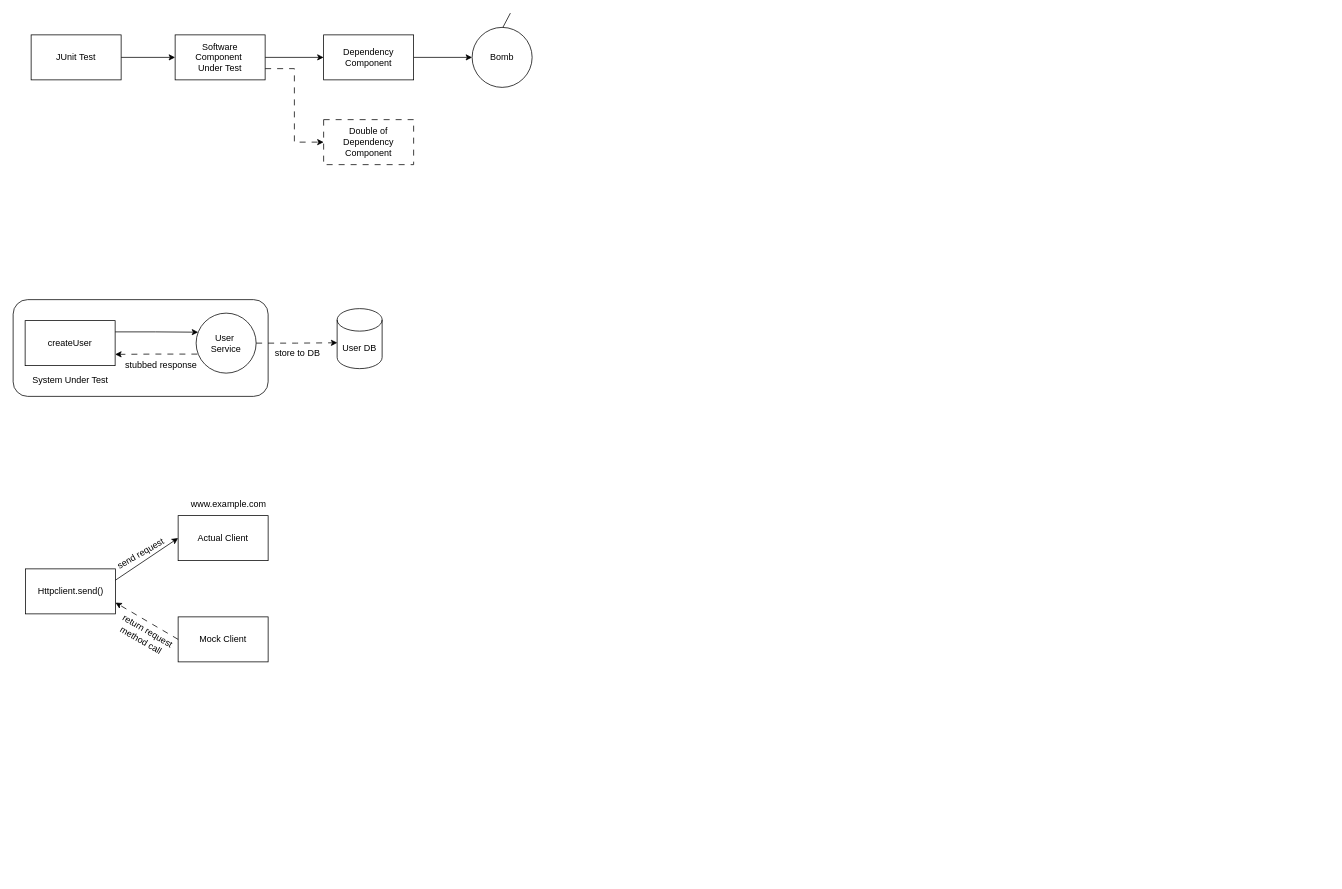
The draw.io diagram Diagrams/JUnit5Mocktito.drawio in PurthaShaariyaar/Software-Quality-, before the edit. Source tidied: cells renumbered, new cells numbered last; positions are measured from the earlier drawing's top-left corner, leaving out a move shared by most shapes. Both pictures are drawn from the tidied source at 75%, with x=0, y=0 at pixel (13, 13).
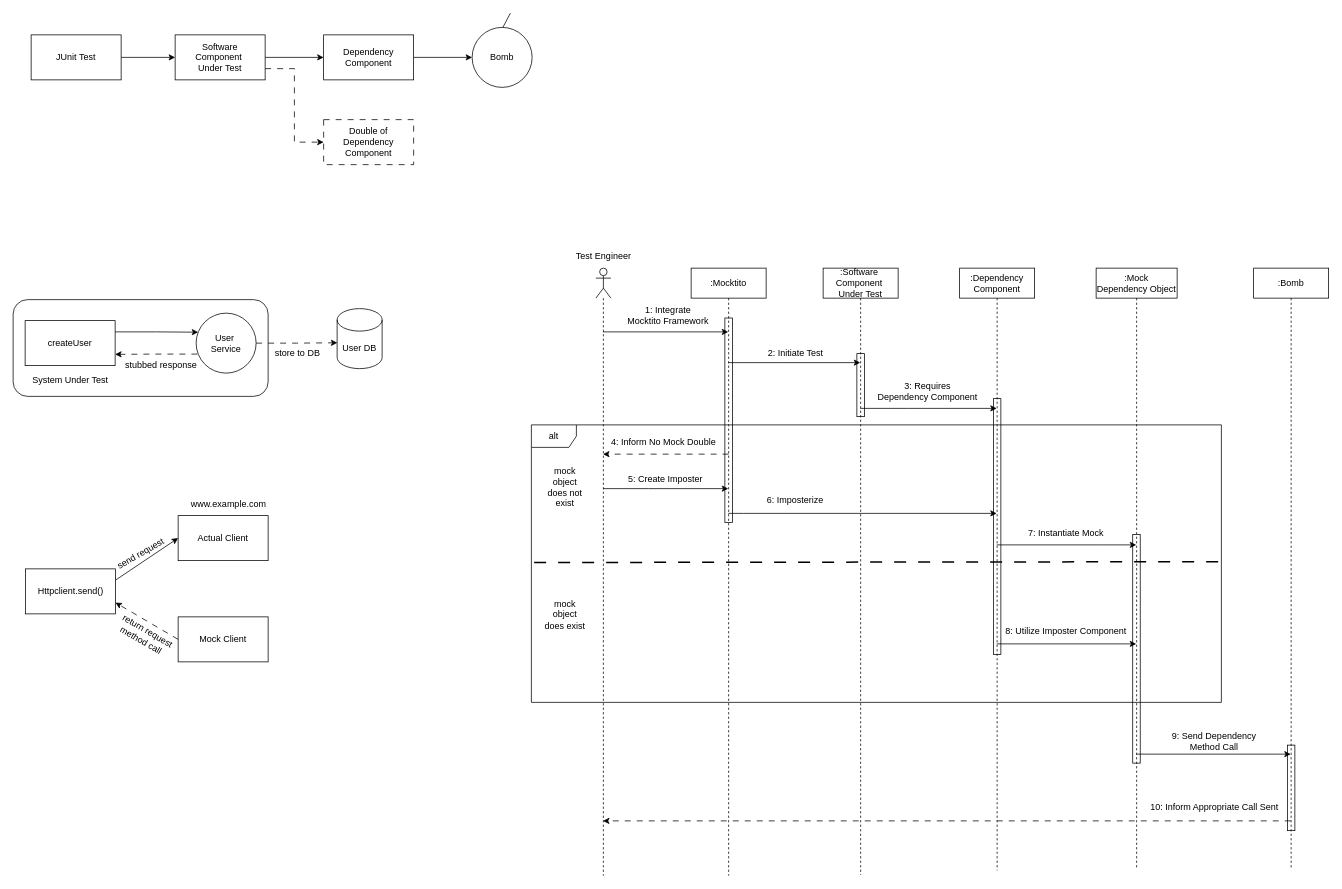
The same diagram, later.

The edit, as a diff of the source:
```diff
@@
+    <mxCell id="30" style="edgeStyle=orthogonalEdgeStyle;rounded=0;jettySize=auto;html=1;" parent="1" edge="1" source="31" target="34">
+      <mxGeometry relative="1" as="geometry">
+        <Array as="points">
+          <mxPoint x="892" y="425" />
+          <mxPoint x="892" y="425" />
+        </Array>
+      </mxGeometry>
+    </mxCell>
+    <mxCell id="31" style="shape=umlLifeline;participant=umlActor;perimeter=lifelinePerimeter;whiteSpace=wrap;html=1;verticalAlign=top;spacingTop=36;outlineConnect=0;fillColor=none;" parent="1" vertex="1">
+      <mxGeometry x="777" y="340" width="20" height="810" as="geometry" />
+    </mxCell>
+    <mxCell id="32" value="Test Engineer" style="text;html=1;align=center;verticalAlign=middle;strokeColor=none;fillColor=none;" parent="1" vertex="1">
+      <mxGeometry x="741.5" y="311" width="91" height="26" as="geometry" />
+    </mxCell>
+    <mxCell id="33" style="edgeStyle=orthogonalEdgeStyle;rounded=0;jettySize=auto;html=1;" parent="1" edge="1" source="34" target="37">
+      <mxGeometry relative="1" as="geometry">
+        <Array as="points">
+          <mxPoint x="1024" y="466" />
+          <mxPoint x="1024" y="466" />
+        </Array>
+      </mxGeometry>
+    </mxCell>
+    <mxCell id="34" value=":Mocktito" style="shape=umlLifeline;perimeter=lifelinePerimeter;whiteSpace=wrap;html=1;outlineConnect=0;fillColor=none;" parent="1" vertex="1">
+      <mxGeometry x="904" y="340" width="100" height="810" as="geometry" />
+    </mxCell>
+    <mxCell id="35" style="html=1;perimeter=orthogonalPerimeter;fillColor=none;" parent="34" vertex="1">
+      <mxGeometry x="45" y="66.5" width="10" height="272.5" as="geometry" />
+    </mxCell>
+    <mxCell id="36" style="edgeStyle=orthogonalEdgeStyle;rounded=0;jettySize=auto;html=1;" parent="1" edge="1" source="37" target="45">
+      <mxGeometry relative="1" as="geometry">
+        <Array as="points">
+          <mxPoint x="1194" y="527" />
+          <mxPoint x="1194" y="527" />
+        </Array>
+      </mxGeometry>
+    </mxCell>
+    <mxCell id="37" value=":Software&amp;nbsp;&lt;br&gt;Component&amp;nbsp;&lt;br&gt;Under Test" style="shape=umlLifeline;perimeter=lifelinePerimeter;whiteSpace=wrap;html=1;outlineConnect=0;fillColor=none;" parent="1" vertex="1">
+      <mxGeometry x="1080" y="340" width="100" height="809" as="geometry" />
+    </mxCell>
+    <mxCell id="38" style="html=1;perimeter=orthogonalPerimeter;fillColor=none;" parent="37" vertex="1">
+      <mxGeometry x="45" y="114" width="10" height="84" as="geometry" />
+    </mxCell>
+    <mxCell id="39" value=":Mock &lt;br&gt;Dependency Object" style="shape=umlLifeline;perimeter=lifelinePerimeter;whiteSpace=wrap;html=1;outlineConnect=0;fillColor=none;" parent="1" vertex="1">
+      <mxGeometry x="1444" y="340" width="108" height="799" as="geometry" />
+    </mxCell>
+    <mxCell id="40" value=":Bomb" style="shape=umlLifeline;perimeter=lifelinePerimeter;whiteSpace=wrap;html=1;outlineConnect=0;fillColor=none;" parent="1" vertex="1">
+      <mxGeometry x="1654" y="340" width="100" height="801" as="geometry" />
+    </mxCell>
+    <mxCell id="41" value="10: Inform Appropriate Call Sent" style="text;html=1;strokeColor=none;fillColor=none;align=center;verticalAlign=middle;whiteSpace=wrap;rounded=0;" parent="40" vertex="1">
+      <mxGeometry x="-141.2" y="704" width="177.5" height="30" as="geometry" />
+    </mxCell>
+    <mxCell id="42" style="html=1;perimeter=orthogonalPerimeter;fillColor=none;" parent="40" vertex="1">
+      <mxGeometry x="45" y="636" width="10" height="114" as="geometry" />
+    </mxCell>
+    <mxCell id="43" value="1: Integrate &lt;br&gt;Mocktito Framework" style="text;html=1;align=center;verticalAlign=middle;strokeColor=none;fillColor=none;" parent="1" vertex="1">
+      <mxGeometry x="810" y="382" width="126" height="41" as="geometry" />
+    </mxCell>
+    <mxCell id="44" value="2: Initiate Test" style="text;html=1;align=center;verticalAlign=middle;strokeColor=none;fillColor=none;" parent="1" vertex="1">
+      <mxGeometry x="997" y="440" width="92" height="26" as="geometry" />
+    </mxCell>
+    <mxCell id="45" value=":Dependency Component" style="shape=umlLifeline;perimeter=lifelinePerimeter;whiteSpace=wrap;html=1;outlineConnect=0;fillColor=none;" parent="1" vertex="1">
+      <mxGeometry x="1262" y="340" width="100" height="803" as="geometry" />
+    </mxCell>
+    <mxCell id="46" value="alt" style="shape=umlFrame;whiteSpace=wrap;html=1;fillColor=none;" parent="1" vertex="1">
+      <mxGeometry x="691" y="549" width="920" height="370" as="geometry" />
+    </mxCell>
+    <mxCell id="47" style="endArrow=none;dashed=1;html=1;rounded=0;entryX=1.001;entryY=0.493;entryDx=0;entryDy=0;entryPerimeter=0;exitX=0.004;exitY=0.496;exitDx=0;exitDy=0;exitPerimeter=0;dashPattern=8 8;strokeWidth=2;" parent="1" edge="1" source="46" target="46">
+      <mxGeometry relative="1" as="geometry" />
+    </mxCell>
+    <mxCell id="48" value="mock object does not exist" style="text;html=1;strokeColor=none;fillColor=none;align=center;verticalAlign=middle;whiteSpace=wrap;rounded=0;" parent="1" vertex="1">
+      <mxGeometry x="706" y="617" width="60" height="30" as="geometry" />
+    </mxCell>
+    <mxCell id="49" value="mock object does exist" style="text;html=1;strokeColor=none;fillColor=none;align=center;verticalAlign=middle;whiteSpace=wrap;rounded=0;" parent="1" vertex="1">
+      <mxGeometry x="706" y="787" width="60" height="30" as="geometry" />
+    </mxCell>
+    <mxCell id="50" value="5: Create Imposter" style="text;html=1;strokeColor=none;fillColor=none;align=center;verticalAlign=middle;whiteSpace=wrap;rounded=0;" parent="1" vertex="1">
+      <mxGeometry x="804" y="607" width="132" height="30" as="geometry" />
+    </mxCell>
+    <mxCell id="51" style="endArrow=classic;html=1;rounded=0;dashed=1;dashPattern=8 8;" parent="1" edge="1" target="31">
+      <mxGeometry relative="1" as="geometry">
+        <mxPoint x="954" y="588" as="sourcePoint" />
+      </mxGeometry>
+    </mxCell>
+    <mxCell id="52" value="4: Inform No Mock Double" style="text;html=1;strokeColor=none;fillColor=none;align=center;verticalAlign=middle;whiteSpace=wrap;rounded=0;" parent="1" vertex="1">
+      <mxGeometry x="790" y="557" width="155" height="30" as="geometry" />
+    </mxCell>
+    <mxCell id="53" value="3: Requires&lt;br&gt;Dependency Component" style="text;html=1;align=center;verticalAlign=middle;strokeColor=none;fillColor=none;" parent="1" vertex="1">
+      <mxGeometry x="1143.5" y="483" width="151" height="41" as="geometry" />
+    </mxCell>
+    <mxCell id="54" style="endArrow=classic;html=1;rounded=0;strokeWidth=1;" parent="1" edge="1" source="31" target="34">
+      <mxGeometry relative="1" as="geometry">
+        <Array as="points">
+          <mxPoint x="847" y="634" />
+        </Array>
+      </mxGeometry>
+    </mxCell>
+    <mxCell id="55" style="endArrow=classic;html=1;rounded=0;strokeWidth=1;" parent="1" edge="1" source="34" target="45">
+      <mxGeometry relative="1" as="geometry">
+        <Array as="points">
+          <mxPoint x="974" y="667" />
+        </Array>
+      </mxGeometry>
+    </mxCell>
+    <mxCell id="56" value="6: Imposterize" style="text;html=1;strokeColor=none;fillColor=none;align=center;verticalAlign=middle;whiteSpace=wrap;rounded=0;" parent="1" vertex="1">
+      <mxGeometry x="999" y="635" width="88" height="30" as="geometry" />
+    </mxCell>
+    <mxCell id="57" style="endArrow=classic;html=1;rounded=0;strokeWidth=1;" parent="1" edge="1" source="45" target="39">
+      <mxGeometry relative="1" as="geometry">
+        <Array as="points">
+          <mxPoint x="1451" y="709" />
+        </Array>
+      </mxGeometry>
+    </mxCell>
+    <mxCell id="58" value="7: Instantiate Mock" style="text;html=1;strokeColor=none;fillColor=none;align=center;verticalAlign=middle;whiteSpace=wrap;rounded=0;" parent="1" vertex="1">
+      <mxGeometry x="1346" y="678" width="116" height="30" as="geometry" />
+    </mxCell>
+    <mxCell id="59" style="endArrow=classic;html=1;rounded=0;strokeWidth=1;" parent="1" edge="1" source="45" target="39">
+      <mxGeometry relative="1" as="geometry">
+        <Array as="points">
+          <mxPoint x="1481" y="841" />
+        </Array>
+      </mxGeometry>
+    </mxCell>
+    <mxCell id="60" value="8: Utilize Imposter Component" style="text;html=1;strokeColor=none;fillColor=none;align=center;verticalAlign=middle;whiteSpace=wrap;rounded=0;" parent="1" vertex="1">
+      <mxGeometry x="1315.2" y="809" width="177.5" height="30" as="geometry" />
+    </mxCell>
+    <mxCell id="61" style="endArrow=classic;html=1;rounded=0;strokeWidth=1;" parent="1" edge="1" source="39" target="40">
+      <mxGeometry relative="1" as="geometry">
+        <Array as="points">
+          <mxPoint x="1680" y="988" />
+        </Array>
+      </mxGeometry>
+    </mxCell>
+    <mxCell id="62" value="9: Send Dependency Method Call" style="text;html=1;strokeColor=none;fillColor=none;align=center;verticalAlign=middle;whiteSpace=wrap;rounded=0;" parent="1" vertex="1">
+      <mxGeometry x="1538" y="956" width="127" height="30" as="geometry" />
+    </mxCell>
+    <mxCell id="63" style="endArrow=classic;html=1;rounded=0;strokeWidth=1;dashed=1;dashPattern=8 8;" parent="1" edge="1" source="40" target="31">
+      <mxGeometry relative="1" as="geometry">
+        <Array as="points">
+          <mxPoint x="1193" y="1077" />
+        </Array>
+      </mxGeometry>
+    </mxCell>
+    <mxCell id="64" style="html=1;perimeter=orthogonalPerimeter;fillColor=none;" parent="1" vertex="1">
+      <mxGeometry x="1307" y="514" width="10" height="341" as="geometry" />
+    </mxCell>
+    <mxCell id="65" style="html=1;perimeter=orthogonalPerimeter;fillColor=none;" parent="1" vertex="1">
+      <mxGeometry x="1492.8" y="695" width="10" height="305" as="geometry" />
+    </mxCell>
```
